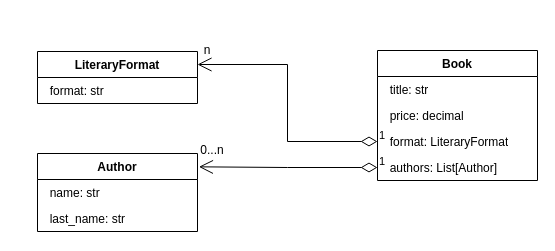
Earlier version of the draw.io diagram doc/library_db_diagram.drawio (KonstZiv/django_orm_course). Source tidied: cells renumbered, new cells numbered last; positions are measured from the earlier drawing's top-left corner, leaving out a move shared by most shapes. Both pictures are drawn from the tidied source at 100%, with x=0, y=0 at pixel (37, 40).
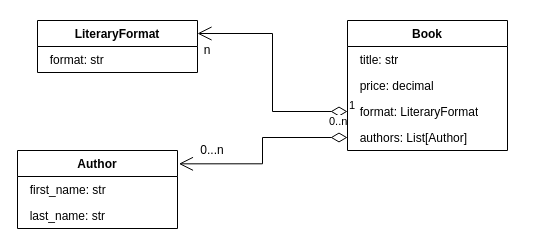
The same page after the edit.

The edit, as a diff of the source:
```diff
@@
 <mxGraphModel>
   <root>
     <mxCell id="0" />
     <mxCell id="1" parent="0" />
     <mxCell id="2" value="Book" style="swimlane;fontStyle=1;align=center;verticalAlign=top;horizontal=1;startSize=26;whiteSpace=wrap;html=1;" parent="1" vertex="1">
-      <mxGeometry x="340" y="10" width="160" height="130" as="geometry" />
+      <mxGeometry x="310" y="-20" width="160" height="130" as="geometry" />
     </mxCell>
     <mxCell id="3" value="&amp;nbsp; title: str" style="text;strokeColor=none;fillColor=none;align=left;verticalAlign=top;spacingLeft=4;spacingRight=4;overflow=hidden;whiteSpace=wrap;html=1;" parent="2" vertex="1">
       <mxGeometry y="26" width="160" height="26" as="geometry" />
     </mxCell>
     <mxCell id="4" value="&amp;nbsp; price: decimal" style="text;strokeColor=none;fillColor=none;align=left;verticalAlign=top;spacingLeft=4;spacingRight=4;overflow=hidden;whiteSpace=wrap;html=1;" parent="2" vertex="1">
       <mxGeometry y="52" width="160" height="26" as="geometry" />
     </mxCell>
     <mxCell id="5" value="&amp;nbsp; format: LiteraryFormat" style="text;strokeColor=none;fillColor=none;align=left;verticalAlign=top;spacingLeft=4;spacingRight=4;overflow=hidden;points=[[0,0.5],[1,0.5]];portConstraint=eastwest;whiteSpace=wrap;html=1;" parent="2" vertex="1">
       <mxGeometry y="78" width="160" height="26" as="geometry" />
     </mxCell>
     <mxCell id="6" value="&amp;nbsp; authors: List[Author]" style="text;strokeColor=none;fillColor=none;align=left;verticalAlign=top;spacingLeft=4;spacingRight=4;overflow=hidden;points=[[0,0.5],[1,0.5]];portConstraint=eastwest;whiteSpace=wrap;html=1;" parent="2" vertex="1">
       <mxGeometry y="104" width="160" height="26" as="geometry" />
     </mxCell>
     <mxCell id="7" value="LiteraryFormat" style="swimlane;fontStyle=1;align=center;verticalAlign=top;horizontal=1;startSize=26;whiteSpace=wrap;html=1;" parent="1" vertex="1">
-      <mxGeometry y="11" width="160" height="52" as="geometry" />
+      <mxGeometry y="-20" width="160" height="52" as="geometry" />
     </mxCell>
     <mxCell id="8" value="&amp;nbsp; format: str" style="text;strokeColor=none;fillColor=none;align=left;verticalAlign=top;spacingLeft=4;spacingRight=4;overflow=hidden;whiteSpace=wrap;html=1;" parent="7" vertex="1">
       <mxGeometry y="26" width="160" height="26" as="geometry" />
     </mxCell>
     <mxCell id="9" value="1" style="endArrow=open;html=1;endSize=12;startArrow=diamondThin;startSize=14;startFill=0;edgeStyle=orthogonalEdgeStyle;align=left;verticalAlign=bottom;rounded=0;exitX=0;exitY=0.5;exitDx=0;exitDy=0;entryX=1;entryY=0.25;entryDx=0;entryDy=0;" parent="1" edge="1" source="5" target="7">
       <mxGeometry x="-1" y="3" relative="1" as="geometry" />
     </mxCell>
     <mxCell id="10" value="Author" style="swimlane;fontStyle=1;align=center;verticalAlign=top;horizontal=1;startSize=26;whiteSpace=wrap;html=1;" parent="1" vertex="1">
-      <mxGeometry y="113" width="160" height="78" as="geometry" />
+      <mxGeometry x="-20" y="110" width="160" height="78" as="geometry" />
     </mxCell>
-    <mxCell id="11" value="&amp;nbsp; name: str" style="text;strokeColor=none;fillColor=none;align=left;verticalAlign=top;spacingLeft=4;spacingRight=4;overflow=hidden;whiteSpace=wrap;html=1;" parent="10" vertex="1">
+    <mxCell id="11" value="&amp;nbsp; first_name: str" style="text;strokeColor=none;fillColor=none;align=left;verticalAlign=top;spacingLeft=4;spacingRight=4;overflow=hidden;whiteSpace=wrap;html=1;" parent="10" vertex="1">
       <mxGeometry y="26" width="160" height="26" as="geometry" />
     </mxCell>
     <mxCell id="12" value="&amp;nbsp; last_name: str" style="text;strokeColor=none;fillColor=none;align=left;verticalAlign=top;spacingLeft=4;spacingRight=4;overflow=hidden;whiteSpace=wrap;html=1;" parent="10" vertex="1">
       <mxGeometry y="52" width="160" height="26" as="geometry" />
     </mxCell>
-    <mxCell id="13" value="1" style="endArrow=open;html=1;endSize=12;startArrow=diamondThin;startSize=14;startFill=0;edgeStyle=orthogonalEdgeStyle;align=left;verticalAlign=bottom;rounded=0;exitX=0;exitY=0.5;exitDx=0;exitDy=0;entryX=1.009;entryY=0.171;entryDx=0;entryDy=0;entryPerimeter=0;" parent="1" edge="1" source="6" target="10">
-      <mxGeometry x="-1" y="3" relative="1" as="geometry" />
+    <mxCell id="13" value="0..n" style="endArrow=open;html=1;endSize=12;startArrow=diamondThin;startSize=14;startFill=0;edgeStyle=orthogonalEdgeStyle;align=left;verticalAlign=bottom;rounded=0;exitX=0;exitY=0.5;exitDx=0;exitDy=0;entryX=1.009;entryY=0.171;entryDx=0;entryDy=0;entryPerimeter=0;" parent="1" edge="1" source="6" target="10">
+      <mxGeometry x="-0.79" y="-7" relative="1" as="geometry" />
     </mxCell>
     <mxCell id="14" value="n" style="text;html=1;strokeColor=none;fillColor=none;align=center;verticalAlign=middle;whiteSpace=wrap;overflow=hidden;" parent="1" vertex="1">
       <mxGeometry x="160" width="20" height="20" as="geometry" />
     </mxCell>
     <mxCell id="15" value="0...n" style="text;html=1;strokeColor=none;fillColor=none;align=center;verticalAlign=middle;whiteSpace=wrap;overflow=hidden;" parent="1" vertex="1">
       <mxGeometry x="160" y="100" width="30" height="20" as="geometry" />
     </mxCell>
   </root>
 </mxGraphModel>
```
